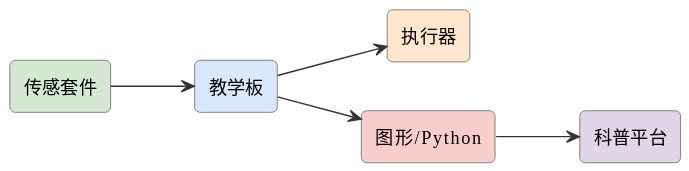
Before: assets/diagrams/ideas-fig128.svg, a diagram exported from PlantUML (mingyi0818/IntelligentMcuCourse).
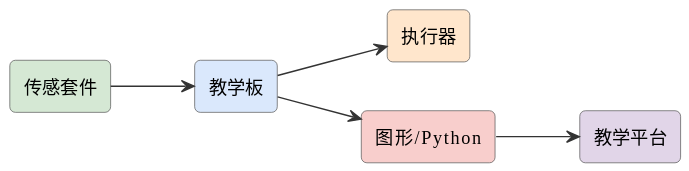
The same diagram one commit later.

What changed in the source:
```diff
@@ -10,7 +10,7 @@
 rectangle "传感套件" as sense #d5e8d4
 rectangle "执行器" as act #ffe6cc
 rectangle "图形/Python" as code #f8cecc
-rectangle "科普平台" as plat #e1d5e8
+rectangle "教学平台" as plat #e1d5e8
 sense --> board
 board --> act
 board --> code
```
